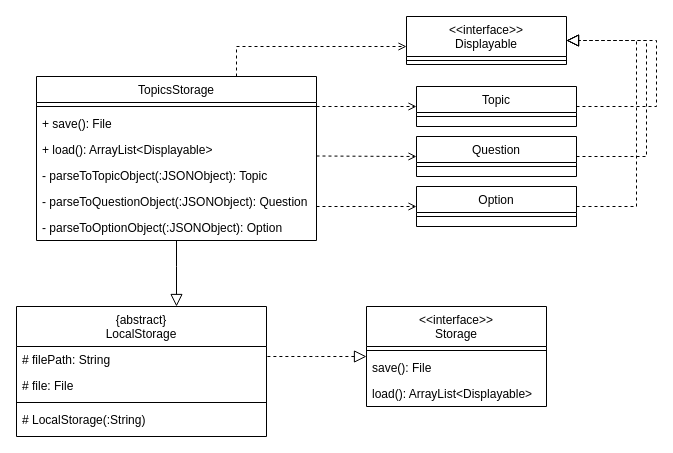
The draw.io diagram docs/diagrams/TopicsStorage.drawio in nus-cs2113-AY2021S1/tp, before the edit. Source tidied: cells renumbered, new cells numbered last; positions are measured from the earlier drawing's top-left corner, leaving out a move shared by most shapes. Both pictures are drawn from the tidied source at 100%, with x=0, y=0 at pixel (16, 16).
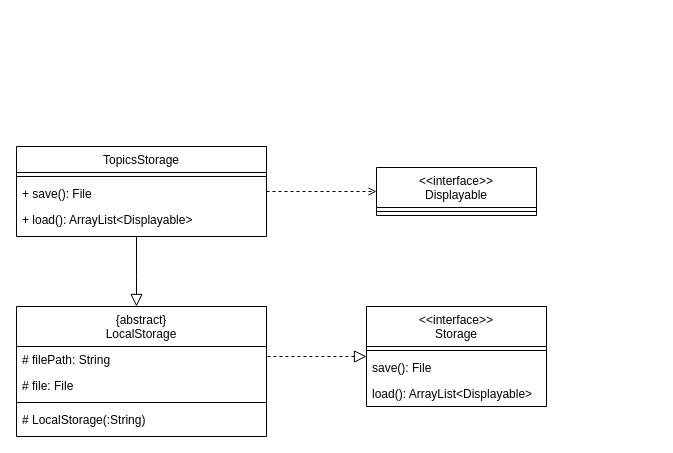
After the change.

Commit message (it also covers changes not shown here):
simpliyfy topicsStorage class diagram

The change refers to these unchanged cells:
```xml
<mxCell id="21" value="{abstract}&#10;LocalStorage" style="swimlane;fontStyle=0;align=center;verticalAlign=top;horizontal=1;startSize=40;rounded=0;shadow=0;strokeWidth=1;" parent="1" vertex="1">
  <mxGeometry y="290" width="250" height="130" as="geometry" />
</mxCell>
```

Diff of the diagram source:
```diff
@@
     <mxCell id="3" style="endArrow=none;endSize=10;endFill=0;shadow=0;strokeWidth=1;rounded=0;edgeStyle=elbowEdgeStyle;elbow=vertical;startArrow=block;startFill=0;startSize=10;" parent="1" edge="1" source="21" target="8">
       <mxGeometry relative="1" as="geometry">
         <Array as="points">
-          <mxPoint x="160" y="250" />
+          <mxPoint x="120" y="260" />
           <mxPoint x="190" y="240" />
         </Array>
       </mxGeometry>
     </mxCell>
-    <mxCell id="4" style="endArrow=open;shadow=0;strokeWidth=1;rounded=0;endFill=1;edgeStyle=elbowEdgeStyle;elbow=vertical;dashed=1;" parent="1" edge="1" source="8" target="17">
-      <mxGeometry x="0.5" y="41" relative="1" as="geometry">
-        <mxPoint x="-40" y="32" as="offset" />
-      </mxGeometry>
-    </mxCell>
-    <mxCell id="5" style="endArrow=open;shadow=0;strokeWidth=1;rounded=0;endFill=1;edgeStyle=elbowEdgeStyle;elbow=vertical;dashed=1;" parent="1" edge="1" target="15">
-      <mxGeometry x="0.5" y="41" relative="1" as="geometry">
-        <mxPoint x="300" y="190" as="sourcePoint" />
-        <mxPoint x="-40" y="32" as="offset" />
-      </mxGeometry>
-    </mxCell>
-    <mxCell id="6" style="endArrow=open;shadow=0;strokeWidth=1;rounded=0;endFill=1;edgeStyle=elbowEdgeStyle;elbow=vertical;dashed=1;" parent="1" edge="1" target="19">
-      <mxGeometry x="0.5" y="41" relative="1" as="geometry">
-        <mxPoint x="300" y="139.5" as="sourcePoint" />
-        <mxPoint x="-40" y="32" as="offset" />
-      </mxGeometry>
-    </mxCell>
     <mxCell id="7" style="endArrow=open;shadow=0;strokeWidth=1;rounded=0;endFill=1;edgeStyle=elbowEdgeStyle;elbow=vertical;dashed=1;" parent="1" edge="1" source="8" target="30">
       <mxGeometry x="0.5" y="41" relative="1" as="geometry">
         <Array as="points">
-          <mxPoint x="220" y="30" />
+          <mxPoint x="320" y="175" />
         </Array>
         <mxPoint x="-40" y="32" as="offset" />
       </mxGeometry>
     </mxCell>
     <mxCell id="8" value="TopicsStorage" style="swimlane;fontStyle=0;align=center;verticalAlign=top;horizontal=1;startSize=26;rounded=0;shadow=0;strokeWidth=1;" parent="1" vertex="1">
-      <mxGeometry x="20" y="60" width="280" height="164" as="geometry" />
+      <mxGeometry y="130" width="250" height="90" as="geometry" />
     </mxCell>
     <mxCell id="9" style="line;html=1;strokeWidth=1;align=left;verticalAlign=middle;spacingTop=-1;spacingLeft=3;spacingRight=3;labelPosition=right;" parent="8" vertex="1">
-      <mxGeometry y="26" width="280" height="8" as="geometry" />
+      <mxGeometry y="26" width="250" height="8" as="geometry" />
     </mxCell>
     <mxCell id="10" value="+ save(): File" style="text;align=left;verticalAlign=top;spacingLeft=4;spacingRight=4;overflow=hidden;" parent="8" vertex="1">
-      <mxGeometry y="34" width="280" height="26" as="geometry" />
+      <mxGeometry y="34" width="250" height="26" as="geometry" />
     </mxCell>
     <mxCell id="11" value="+ load(): ArrayList&lt;Displayable&gt;" style="text;align=left;verticalAlign=top;spacingLeft=4;spacingRight=4;overflow=hidden;" parent="8" vertex="1">
-      <mxGeometry y="60" width="280" height="26" as="geometry" />
+      <mxGeometry y="60" width="250" height="26" as="geometry" />
     </mxCell>
-    <mxCell id="12" value="- parseToTopicObject(:JSONObject): Topic" style="text;align=left;verticalAlign=top;spacingLeft=4;spacingRight=4;overflow=hidden;" parent="8" vertex="1">
-      <mxGeometry y="86" width="280" height="26" as="geometry" />
-    </mxCell>
-    <mxCell id="13" value="- parseToQuestionObject(:JSONObject): Question" style="text;align=left;verticalAlign=top;spacingLeft=4;spacingRight=4;overflow=hidden;" parent="8" vertex="1">
-      <mxGeometry y="112" width="280" height="26" as="geometry" />
-    </mxCell>
-    <mxCell id="14" value="- parseToOptionObject(:JSONObject): Option" style="text;align=left;verticalAlign=top;spacingLeft=4;spacingRight=4;overflow=hidden;" parent="8" vertex="1">
-      <mxGeometry y="138" width="280" height="26" as="geometry" />
-    </mxCell>
-    <mxCell id="15" value="Option" style="swimlane;fontStyle=0;align=center;verticalAlign=top;horizontal=1;startSize=26;rounded=0;shadow=0;strokeWidth=1;" parent="1" vertex="1">
-      <mxGeometry x="400" y="170" width="160" height="40" as="geometry" />
-    </mxCell>
-    <mxCell id="16" style="line;html=1;strokeWidth=1;align=left;verticalAlign=middle;spacingTop=-1;spacingLeft=3;spacingRight=3;labelPosition=right;" parent="15" vertex="1">
-      <mxGeometry y="26" width="160" height="8" as="geometry" />
-    </mxCell>
-    <mxCell id="17" value="Topic" style="swimlane;fontStyle=0;align=center;verticalAlign=top;horizontal=1;startSize=26;rounded=0;shadow=0;strokeWidth=1;" parent="1" vertex="1">
-      <mxGeometry x="400" y="70" width="160" height="40" as="geometry" />
-    </mxCell>
-    <mxCell id="18" style="line;html=1;strokeWidth=1;align=left;verticalAlign=middle;spacingTop=-1;spacingLeft=3;spacingRight=3;labelPosition=right;" parent="17" vertex="1">
-      <mxGeometry y="26" width="160" height="8" as="geometry" />
-    </mxCell>
-    <mxCell id="19" value="Question" style="swimlane;fontStyle=0;align=center;verticalAlign=top;horizontal=1;startSize=26;rounded=0;shadow=0;strokeWidth=1;" parent="1" vertex="1">
-      <mxGeometry x="400" y="120" width="160" height="40" as="geometry" />
-    </mxCell>
-    <mxCell id="20" style="line;html=1;strokeWidth=1;align=left;verticalAlign=middle;spacingTop=-1;spacingLeft=3;spacingRight=3;labelPosition=right;" parent="19" vertex="1">
-      <mxGeometry y="26" width="160" height="8" as="geometry" />
-    </mxCell>
@@
     <mxCell id="30" value="&lt;&lt;interface&gt;&gt;&#10;Displayable" style="swimlane;fontStyle=0;align=center;verticalAlign=top;horizontal=1;startSize=40;rounded=0;shadow=0;strokeWidth=1;" parent="1" vertex="1">
-      <mxGeometry x="390" width="160" height="48" as="geometry" />
+      <mxGeometry x="360" y="151" width="160" height="48" as="geometry" />
     </mxCell>
@@
-    <mxCell id="32" style="endArrow=block;endSize=10;endFill=0;shadow=0;strokeWidth=1;rounded=0;edgeStyle=elbowEdgeStyle;elbow=vertical;dashed=1;" parent="1" edge="1" source="15" target="30">
-      <mxGeometry relative="1" as="geometry">
-        <Array as="points">
-          <mxPoint x="620" y="120" />
-        </Array>
-      </mxGeometry>
-    </mxCell>
-    <mxCell id="33" style="endArrow=block;endSize=10;endFill=0;shadow=0;strokeWidth=1;rounded=0;edgeStyle=elbowEdgeStyle;elbow=vertical;dashed=1;" parent="1" edge="1" source="19" target="30">
-      <mxGeometry relative="1" as="geometry">
-        <Array as="points">
-          <mxPoint x="630" y="80" />
-        </Array>
-      </mxGeometry>
-    </mxCell>
-    <mxCell id="34" style="endArrow=block;endSize=10;endFill=0;shadow=0;strokeWidth=1;rounded=0;edgeStyle=elbowEdgeStyle;elbow=vertical;dashed=1;" parent="1" edge="1" source="17" target="30">
-      <mxGeometry relative="1" as="geometry">
-        <Array as="points">
-          <mxPoint x="640" y="60" />
-        </Array>
-      </mxGeometry>
-    </mxCell>
```
